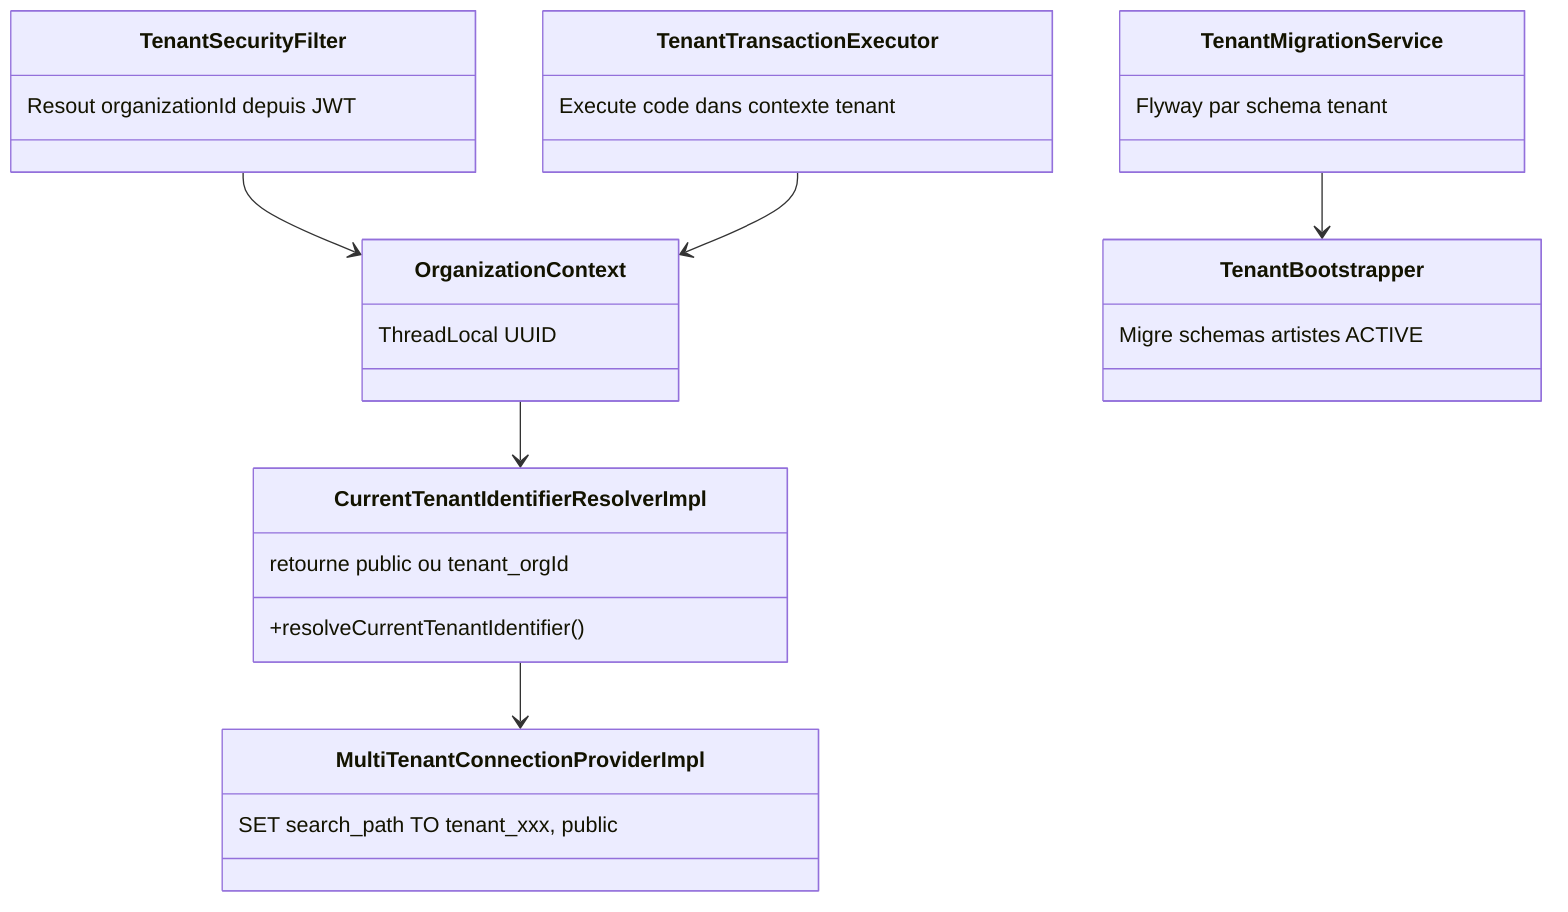
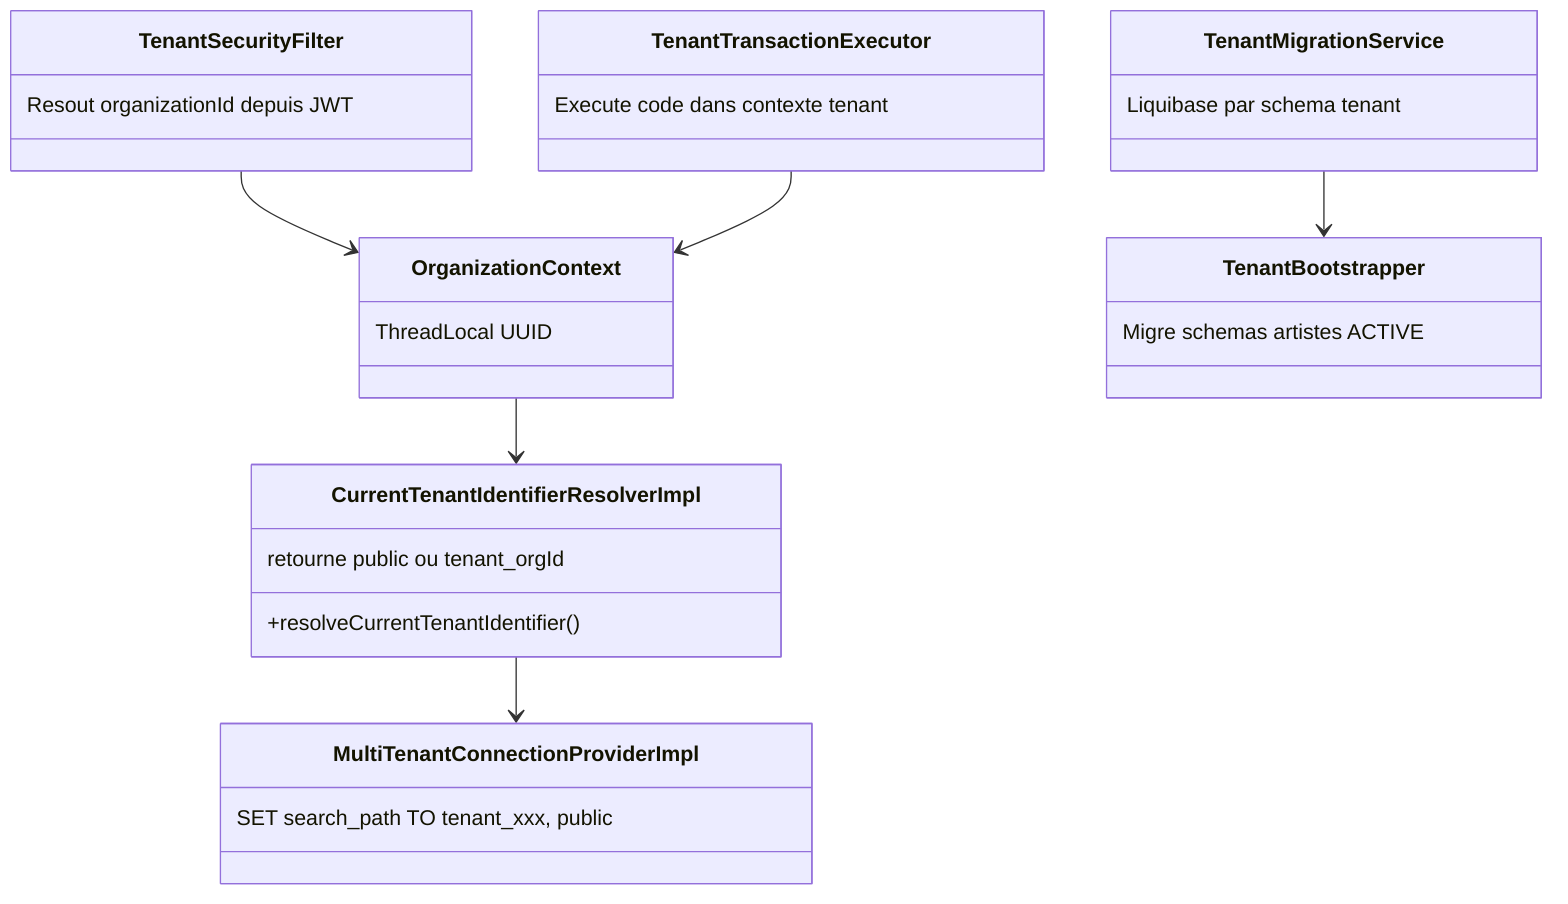
classDiagram
    class TenantSecurityFilter {
        Resout organizationId depuis JWT
    }

    class CurrentTenantIdentifierResolverImpl {
        +resolveCurrentTenantIdentifier()
        retourne public ou tenant_orgId
    }

    class MultiTenantConnectionProviderImpl {
        SET search_path TO tenant_xxx, public
    }

    class OrganizationContext {
        ThreadLocal UUID
    }

    class TenantMigrationService {
-         Flyway par schema tenant
+         Liquibase par schema tenant
    }

    class TenantBootstrapper {
        Migre schemas artistes ACTIVE
    }

    class TenantTransactionExecutor {
        Execute code dans contexte tenant
    }

    TenantSecurityFilter --> OrganizationContext
    OrganizationContext --> CurrentTenantIdentifierResolverImpl
    CurrentTenantIdentifierResolverImpl --> MultiTenantConnectionProviderImpl
    TenantMigrationService --> TenantBootstrapper
    TenantTransactionExecutor --> OrganizationContext
